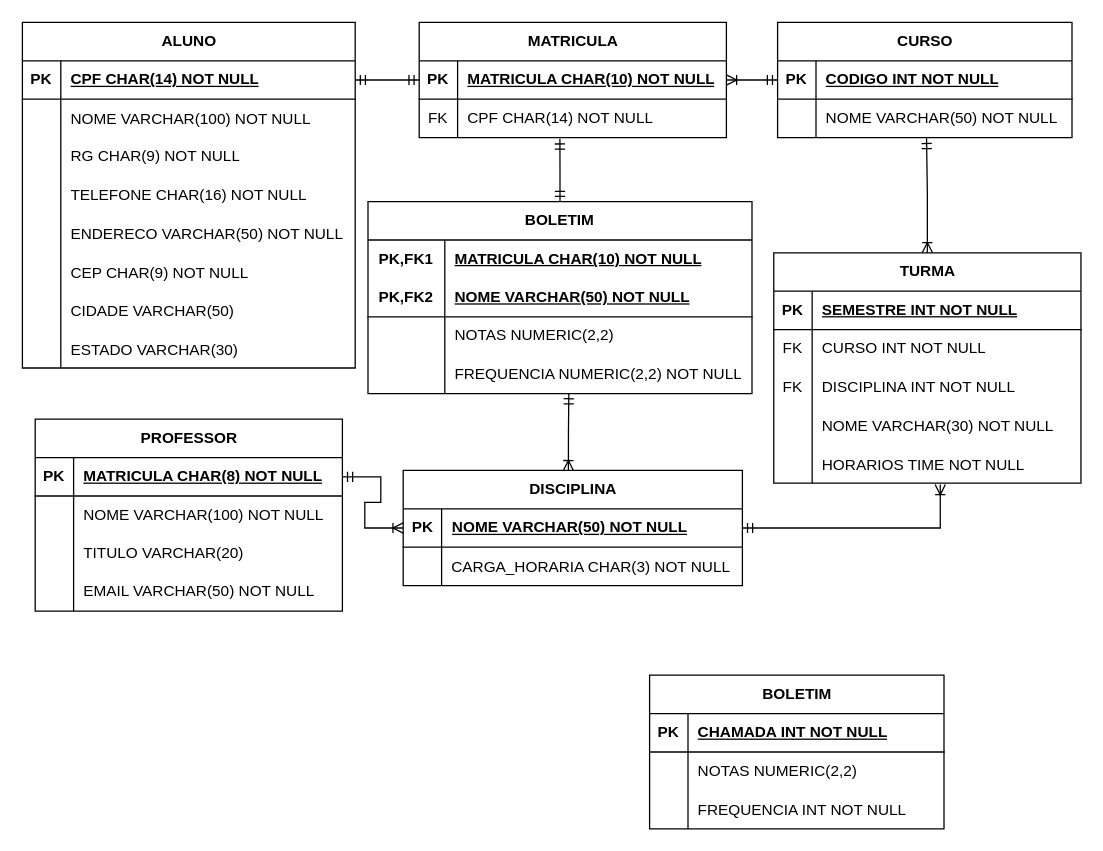
Before: atividade db b2.drawio in ngdx4/banco_de_dados1, a draw.io diagram. Source tidied: cells renumbered, new cells numbered last; positions are measured from the earlier drawing's top-left corner, leaving out a move shared by most shapes. Both pictures are drawn from the tidied source at 128%, with x=0, y=0 at pixel (22, 22).
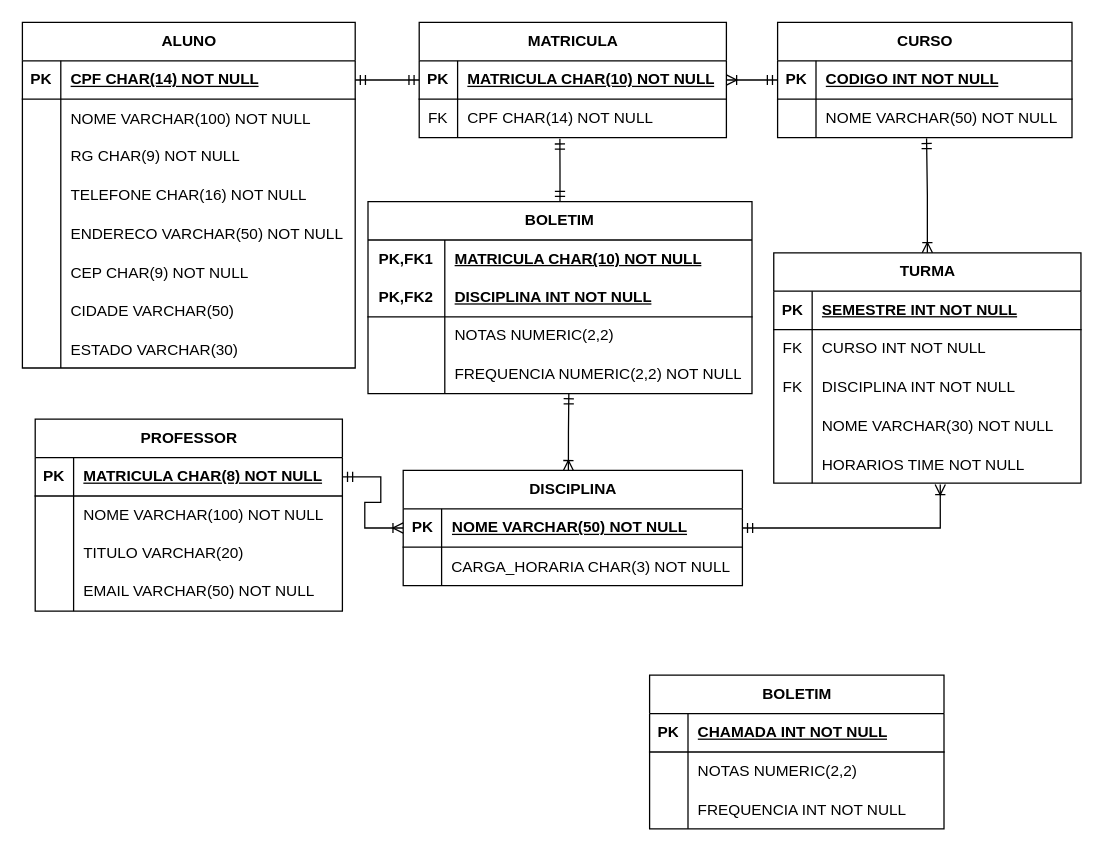
Above is the later version.

The change refers to these unchanged cells:
```xml
<mxCell id="96" style="shape=tableRow;horizontal=0;startSize=0;swimlaneHead=0;swimlaneBody=0;fillColor=none;top=0;left=0;right=0;bottom=1;html=1;" parent="92" vertex="1">
  <mxGeometry y="60" width="300" height="30" as="geometry" />
</mxCell>
```

The edit, as a diff of the source:
```diff
@@
-    <mxCell id="98" value="NOME VARCHAR(50) NOT NULL" style="shape=partialRectangle;fillColor=none;top=0;left=0;bottom=0;right=0;align=left;spacingLeft=6;fontStyle=5;overflow=hidden;html=1;whiteSpace=wrap;" parent="96" vertex="1">
+    <mxCell id="98" value="DISCIPLINA INT NOT NULL" style="shape=partialRectangle;fillColor=none;top=0;left=0;bottom=0;right=0;align=left;spacingLeft=6;fontStyle=5;overflow=hidden;html=1;whiteSpace=wrap;" parent="96" vertex="1">
       <mxGeometry x="60" width="240" height="30" as="geometry" />
     </mxCell>
```
